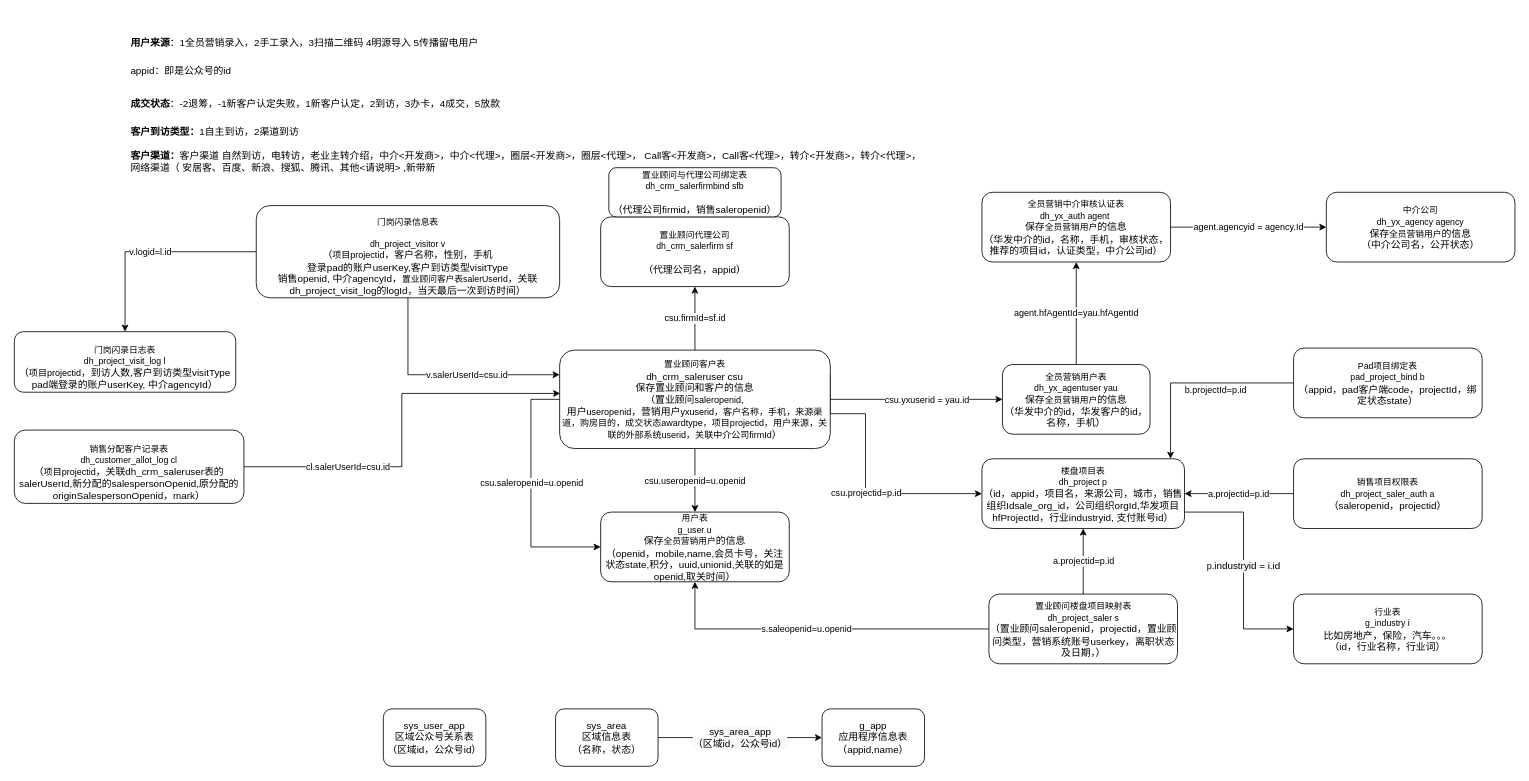
Above: page "移动案场基础表结构关系" (3 of 4) of 全民营销.drawio in juesuchen/diagrams (draw.io), before the change. Source tidied: cells renumbered, new cells numbered last; positions are measured from the earlier drawing's top-left corner, leaving out a move shared by most shapes. Both pictures are drawn from the tidied source at 82%, with x=0, y=0 at pixel (14, 20).
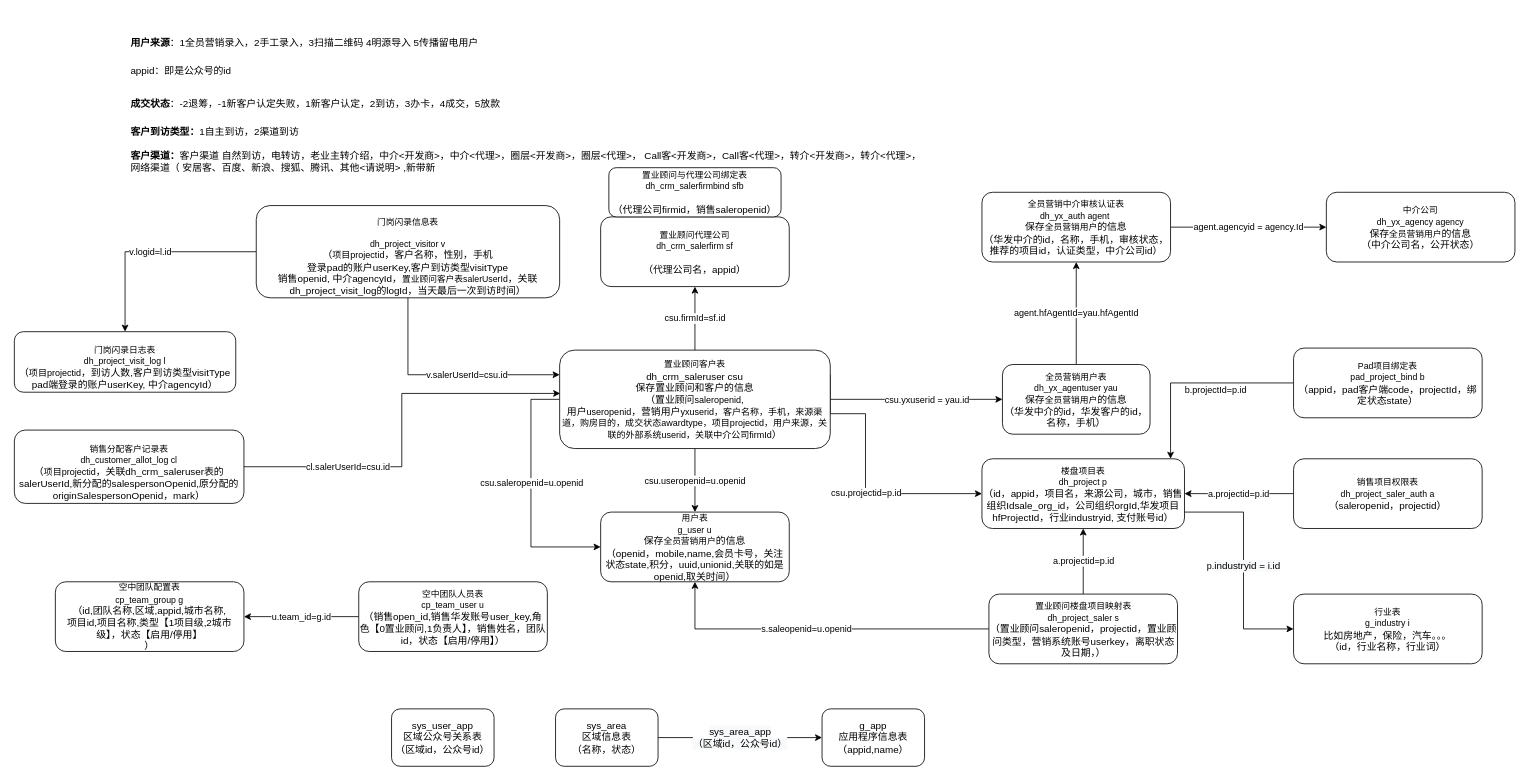
The same page after the edit.

Commit message:
更新全民营销.drawio

Change to the diagram source:
```diff
@@
     <mxCell id="41" value="sys_user_app&lt;br&gt;区域公众号关系表&lt;br&gt;（区域id，公众号id）" style="rounded=1;whiteSpace=wrap;html=1;" parent="1" vertex="1">
-      <mxGeometry x="450" y="840" width="125" height="70" as="geometry" />
+      <mxGeometry x="460" y="840" width="125" height="70" as="geometry" />
     </mxCell>
@@
+    <mxCell id="43" value="&lt;span style=&quot;font-size: 10.6667px&quot;&gt;空中团队配置表&lt;br&gt;&lt;/span&gt;&lt;span style=&quot;font-size: 8pt&quot;&gt;cp_team_group g&lt;/span&gt;&lt;br&gt;（id,团队名称,区域,appid,城市名称,&lt;br&gt;项目id,项目名称,类型【1项目级,2城市级】，状态【启用/停用】&lt;br&gt;）" style="rounded=1;whiteSpace=wrap;html=1;" parent="1" vertex="1">
+      <mxGeometry x="50" y="685" width="230" height="85" as="geometry" />
+    </mxCell>
+    <mxCell id="44" value="u.team_id=g.id" style="edgeStyle=orthogonalEdgeStyle;rounded=0;jettySize=auto;html=1;entryX=1;entryY=0.5;entryDx=0;entryDy=0;" parent="1" edge="1" source="45" target="43">
+      <mxGeometry relative="1" as="geometry" />
+    </mxCell>
+    <mxCell id="45" value="&lt;span style=&quot;font-size: 10.6667px&quot;&gt;空中团队人员表&lt;/span&gt;&lt;br&gt;&lt;span style=&quot;font-size: 8pt&quot;&gt;cp_team_user u&lt;/span&gt;&lt;br&gt;（销售open_id,销售华发账号user_key,角色【0置业顾问,1负责人】，销售姓名，团队id，状态【启用/停用】）" style="rounded=1;whiteSpace=wrap;html=1;" parent="1" vertex="1">
+      <mxGeometry x="420" y="685" width="230" height="85" as="geometry" />
+    </mxCell>
```
